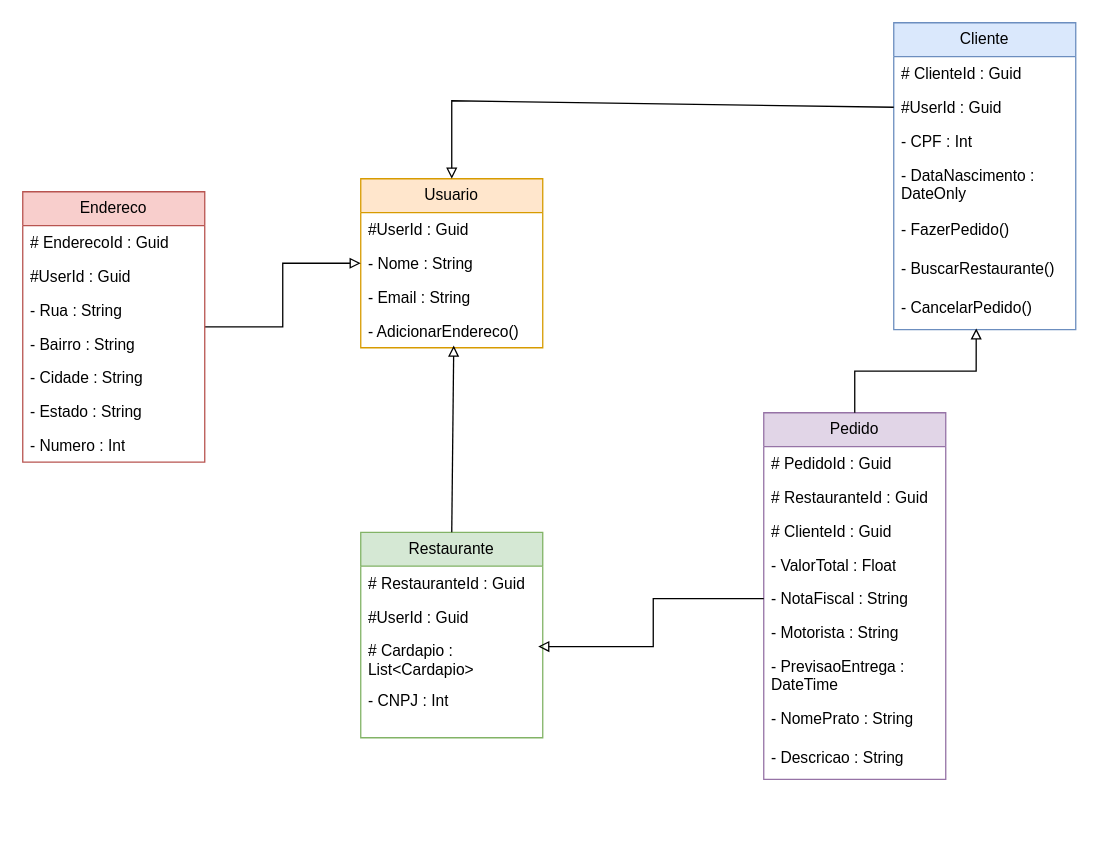
This is Documentação de Software/Diagramas/Diagrama_Classe.drawio from GCRusso/SENAI_4SM, a draw.io file, before an edit. Source tidied: cells renumbered, new cells numbered last; positions are measured from the earlier drawing's top-left corner, leaving out a move shared by most shapes. Both pictures are drawn from the tidied source at 130%, with x=0, y=0 at pixel (22, 22).
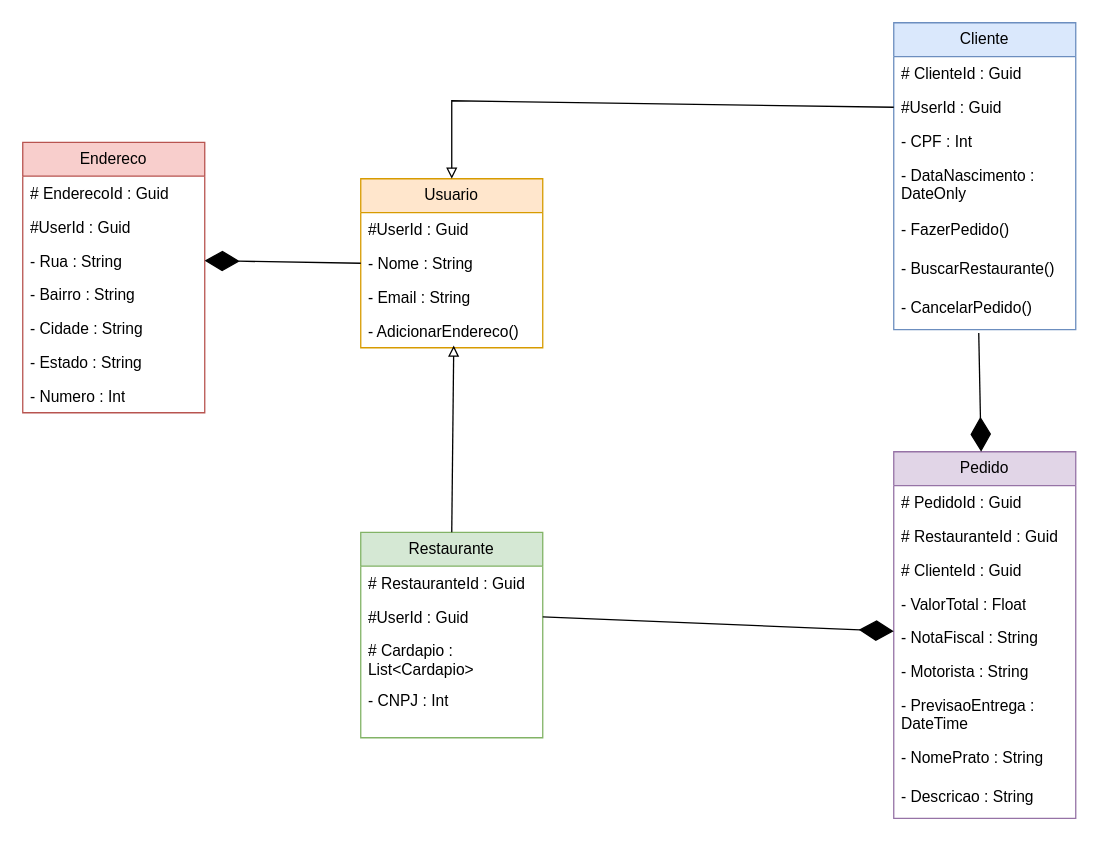
Above is the later version.

Unchanged cells that the change refers to:
```xml
<mxCell id="4" value="- Nome : String" style="text;strokeColor=none;fillColor=none;align=left;verticalAlign=top;spacingLeft=4;spacingRight=4;overflow=hidden;points=[[0,0.5],[1,0.5]];portConstraint=eastwest;whiteSpace=wrap;html=1;" parent="2" vertex="1">
  <mxGeometry y="52" width="140" height="26" as="geometry" />
</mxCell>
<mxCell id="9" value="#UserId : Guid" style="text;strokeColor=none;fillColor=none;align=left;verticalAlign=top;spacingLeft=4;spacingRight=4;overflow=hidden;points=[[0,0.5],[1,0.5]];portConstraint=eastwest;whiteSpace=wrap;html=1;" parent="7" vertex="1">
  <mxGeometry y="52" width="140" height="26" as="geometry" />
</mxCell>
<mxCell id="10" value="# Cardapio : List&amp;lt;Cardapio&amp;gt;" style="text;strokeColor=none;fillColor=none;align=left;verticalAlign=top;spacingLeft=4;spacingRight=4;overflow=hidden;points=[[0,0.5],[1,0.5]];portConstraint=eastwest;whiteSpace=wrap;html=1;" parent="7" vertex="1">
  <mxGeometry y="78" width="140" height="38" as="geometry" />
</mxCell>
<mxCell id="19" value="- CancelarPedido()" style="text;strokeColor=none;fillColor=none;align=left;verticalAlign=top;spacingLeft=4;spacingRight=4;overflow=hidden;points=[[0,0.5],[1,0.5]];portConstraint=eastwest;whiteSpace=wrap;html=1;" parent="12" vertex="1">
  <mxGeometry y="206" width="140" height="30" as="geometry" />
</mxCell>
<mxCell id="25" value="- NotaFiscal : String" style="text;strokeColor=none;fillColor=none;align=left;verticalAlign=top;spacingLeft=4;spacingRight=4;overflow=hidden;points=[[0,0.5],[1,0.5]];portConstraint=eastwest;whiteSpace=wrap;html=1;" parent="20" vertex="1">
  <mxGeometry y="130" width="140" height="26" as="geometry" />
</mxCell>
<mxCell id="34" value="- Rua : String&lt;div&gt;&lt;br&gt;&lt;/div&gt;" style="text;strokeColor=none;fillColor=none;align=left;verticalAlign=top;spacingLeft=4;spacingRight=4;overflow=hidden;points=[[0,0.5],[1,0.5]];portConstraint=eastwest;whiteSpace=wrap;html=1;" parent="31" vertex="1">
  <mxGeometry y="78" width="140" height="26" as="geometry" />
</mxCell>
```

Diff of the diagram source:
```diff
@@
     <mxCell id="20" value="Pedido" style="swimlane;fontStyle=0;horizontal=1;startSize=26;fillColor=#e1d5e7;whiteSpace=wrap;html=1;strokeColor=#9673a6;" parent="1" vertex="1">
-      <mxGeometry x="570" y="300" width="140" height="282" as="geometry" />
+      <mxGeometry x="670" y="330" width="140" height="282" as="geometry" />
     </mxCell>
@@
-    <mxCell id="30" style="edgeStyle=orthogonalEdgeStyle;rounded=0;jettySize=auto;html=1;entryX=0;entryY=0.5;entryDx=0;entryDy=0;endArrow=block;endFill=0;" parent="1" edge="1" source="31" target="4">
-      <mxGeometry relative="1" as="geometry" />
-    </mxCell>
     <mxCell id="31" value="Endereco" style="swimlane;fontStyle=0;horizontal=1;startSize=26;fillColor=#f8cecc;whiteSpace=wrap;html=1;strokeColor=#b85450;" parent="1" vertex="1">
-      <mxGeometry y="130" width="140" height="208" as="geometry" />
+      <mxGeometry y="92" width="140" height="208" as="geometry" />
     </mxCell>
@@
-    <mxCell id="41" style="edgeStyle=orthogonalEdgeStyle;rounded=0;jettySize=auto;html=1;entryX=0.975;entryY=0.259;entryDx=0;entryDy=0;entryPerimeter=0;endArrow=block;endFill=0;" parent="1" edge="1" source="25" target="10">
-      <mxGeometry relative="1" as="geometry" />
-    </mxCell>
-    <mxCell id="42" style="edgeStyle=orthogonalEdgeStyle;rounded=0;jettySize=auto;html=1;entryX=0.453;entryY=0.971;entryDx=0;entryDy=0;entryPerimeter=0;endArrow=block;endFill=0;" parent="1" edge="1" source="20" target="19">
-      <mxGeometry relative="1" as="geometry" />
-    </mxCell>
+    <mxCell id="43" style="endArrow=diamondThin;endFill=1;endSize=24;html=1;rounded=0;entryX=1;entryY=0.5;entryDx=0;entryDy=0;exitX=0;exitY=0.5;exitDx=0;exitDy=0;" parent="1" edge="1" source="4" target="34">
+      <mxGeometry relative="1" as="geometry" />
+    </mxCell>
+    <mxCell id="44" style="endArrow=diamondThin;endFill=1;endSize=24;html=1;rounded=0;exitX=0.467;exitY=1.087;exitDx=0;exitDy=0;exitPerimeter=0;" parent="1" edge="1" source="19" target="20">
+      <mxGeometry relative="1" as="geometry" />
+    </mxCell>
+    <mxCell id="45" style="endArrow=diamondThin;endFill=1;endSize=24;html=1;rounded=0;exitX=1;exitY=0.5;exitDx=0;exitDy=0;" parent="1" edge="1" source="9" target="20">
+      <mxGeometry relative="1" as="geometry" />
+    </mxCell>
```
